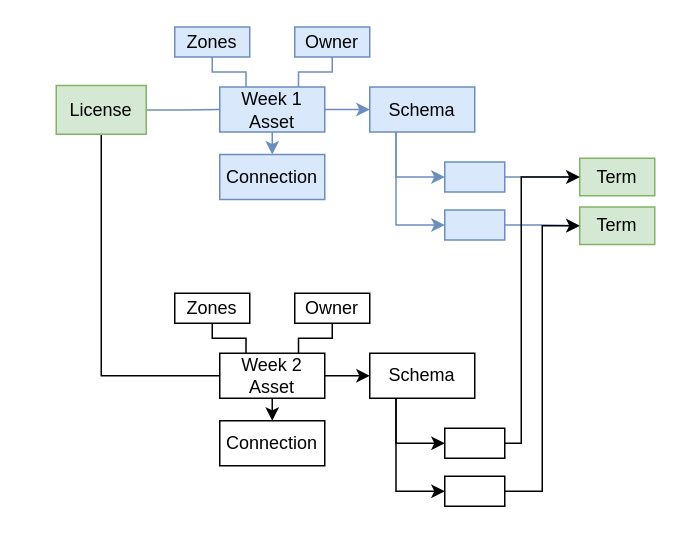
The draw.io diagram page "template-scope" (3 of 15) of site/docs/features/templated-cataloguing/templated-cataloguing.drawio in odpi/egeria-docs, before the edit. Source tidied: cells renumbered, new cells numbered last; positions are measured from the earlier drawing's top-left corner, leaving out a move shared by most shapes. Both pictures are drawn from the tidied source at 150%, with x=0, y=0 at pixel (56, 26).
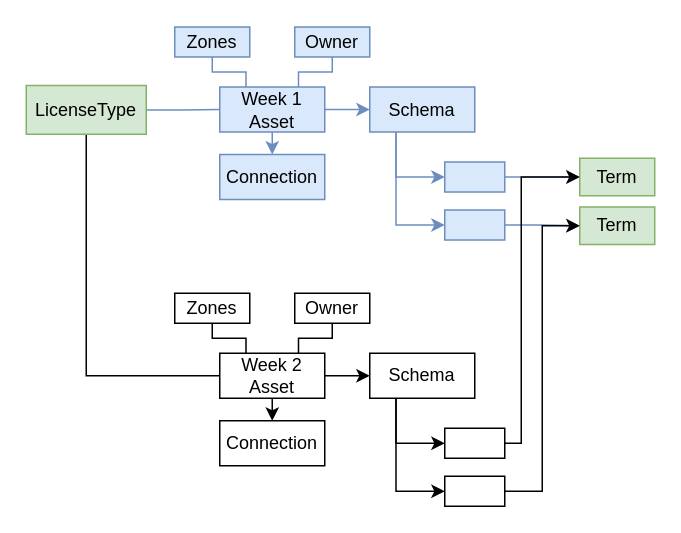
The same page after the edit.

What changed in the source:
```diff
@@
-    <mxCell id="36" value="License" style="rounded=0;whiteSpace=wrap;html=1;fillColor=#d5e8d4;strokeColor=#82b366;" parent="1" vertex="1">
-      <mxGeometry y="39.5" width="60" height="32.5" as="geometry" />
+    <mxCell id="36" value="LicenseType" style="rounded=0;whiteSpace=wrap;html=1;fillColor=#d5e8d4;strokeColor=#82b366;" parent="1" vertex="1">
+      <mxGeometry x="-20" y="39.5" width="80" height="32.5" as="geometry" />
     </mxCell>
```
